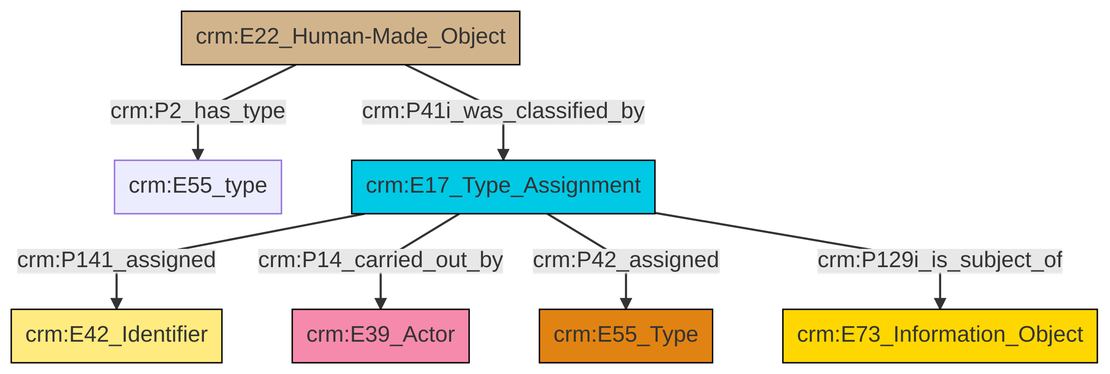
The Mermaid diagram et/builtWorkCSV/ttl/mmd/png/Built_Work_designation_status.png in swiss-art-research-net/reference-data-models, before a commit. Its source is kept beside it as et/builtWorkCSV/ttl/mmd/Built_Work_designation_status.ttl.mmd.
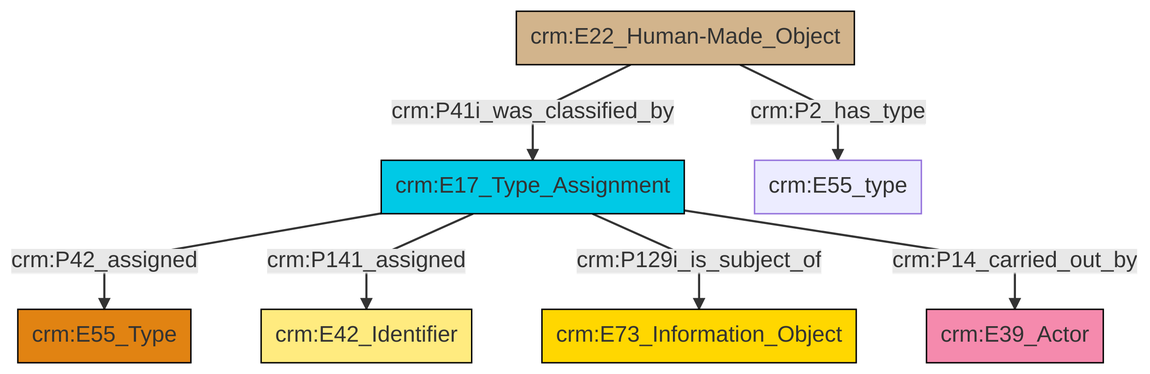
Above is the later version.

Change to the diagram source:
```diff
@@ -13,9 +13,9 @@
 classDef PC_Classes fill:#4ce600, stroke:#000000;
 classDef Multi fill:#cccccc,stroke:#000000;
 
-2["crm:E17_Type_Assignment"]:::Temporal_Entity -->|crm:P141_assigned| 3["crm:E42_Identifier"]:::Appellation
-4["crm:E22_Human-Made_Object"]:::Physical_Thing -->|crm:P41i_was_classified_by| 2["crm:E17_Type_Assignment"]:::Temporal_Entity
-2["crm:E17_Type_Assignment"]:::Temporal_Entity -->|crm:P14_carried_out_by| 9["crm:E39_Actor"]:::Actor
-2["crm:E17_Type_Assignment"]:::Temporal_Entity -->|crm:P42_assigned| 7["crm:E55_Type"]:::Type
-4["crm:E22_Human-Made_Object"]:::Physical_Thing -->|crm:P2_has_type| 0["crm:E55_type"]:::Default
-2["crm:E17_Type_Assignment"]:::Temporal_Entity -->|crm:P129i_is_subject_of| 5["crm:E73_Information_Object"]:::Conceptual_Object
+4["crm:E17_Type_Assignment"]:::Temporal_Entity -->|crm:P42_assigned| 5["crm:E55_Type"]:::Type
+0["crm:E22_Human-Made_Object"]:::Physical_Thing -->|crm:P2_has_type| 7["crm:E55_type"]:::Default
+0["crm:E22_Human-Made_Object"]:::Physical_Thing -->|crm:P41i_was_classified_by| 4["crm:E17_Type_Assignment"]:::Temporal_Entity
+4["crm:E17_Type_Assignment"]:::Temporal_Entity -->|crm:P141_assigned| 8["crm:E42_Identifier"]:::Appellation
+4["crm:E17_Type_Assignment"]:::Temporal_Entity -->|crm:P129i_is_subject_of| 2["crm:E73_Information_Object"]:::Conceptual_Object
+4["crm:E17_Type_Assignment"]:::Temporal_Entity -->|crm:P14_carried_out_by| 11["crm:E39_Actor"]:::Actor
```
